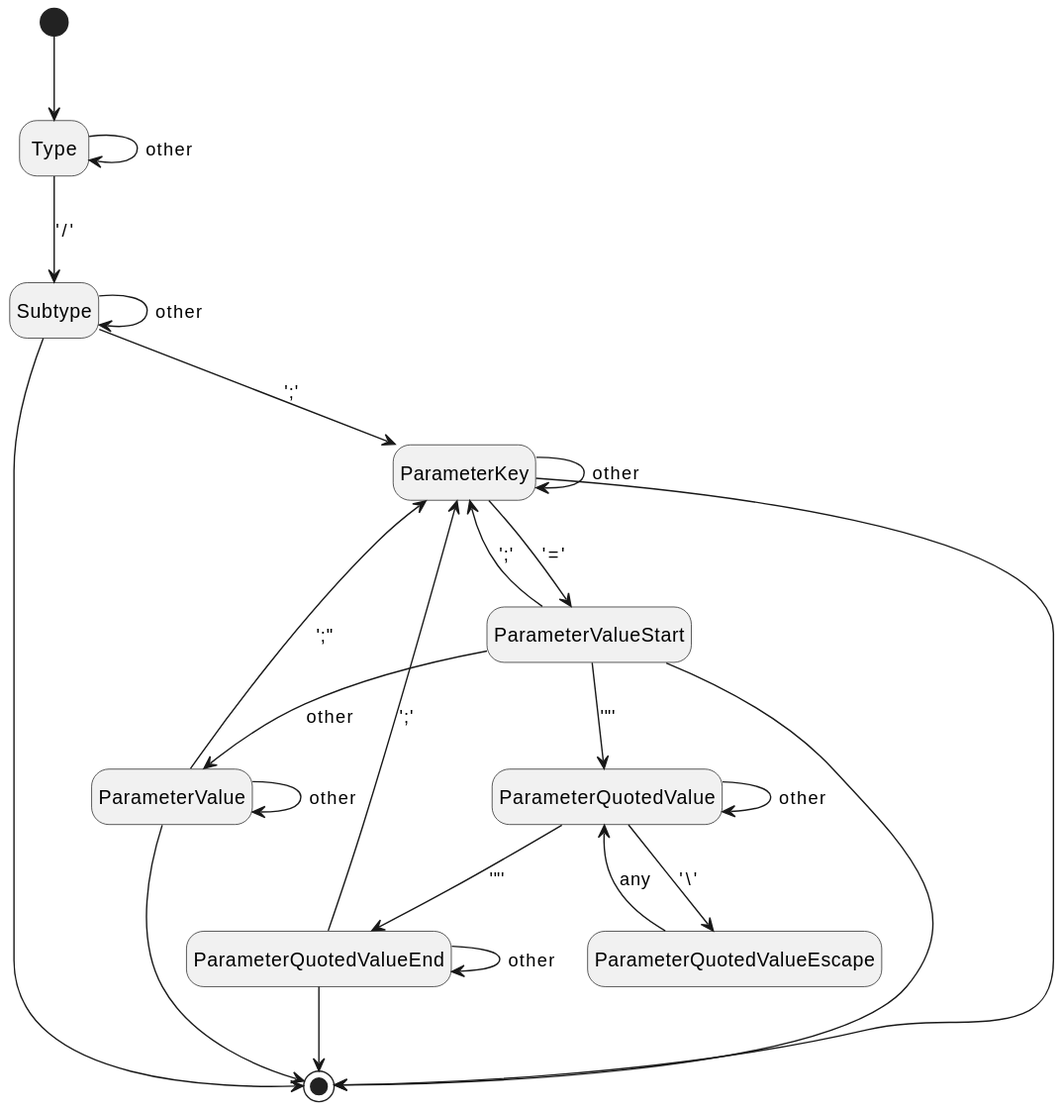
Above: libs/commons/docs/fsa/MimeType.svg in Maksim2498/poms (PlantUML), before the change.
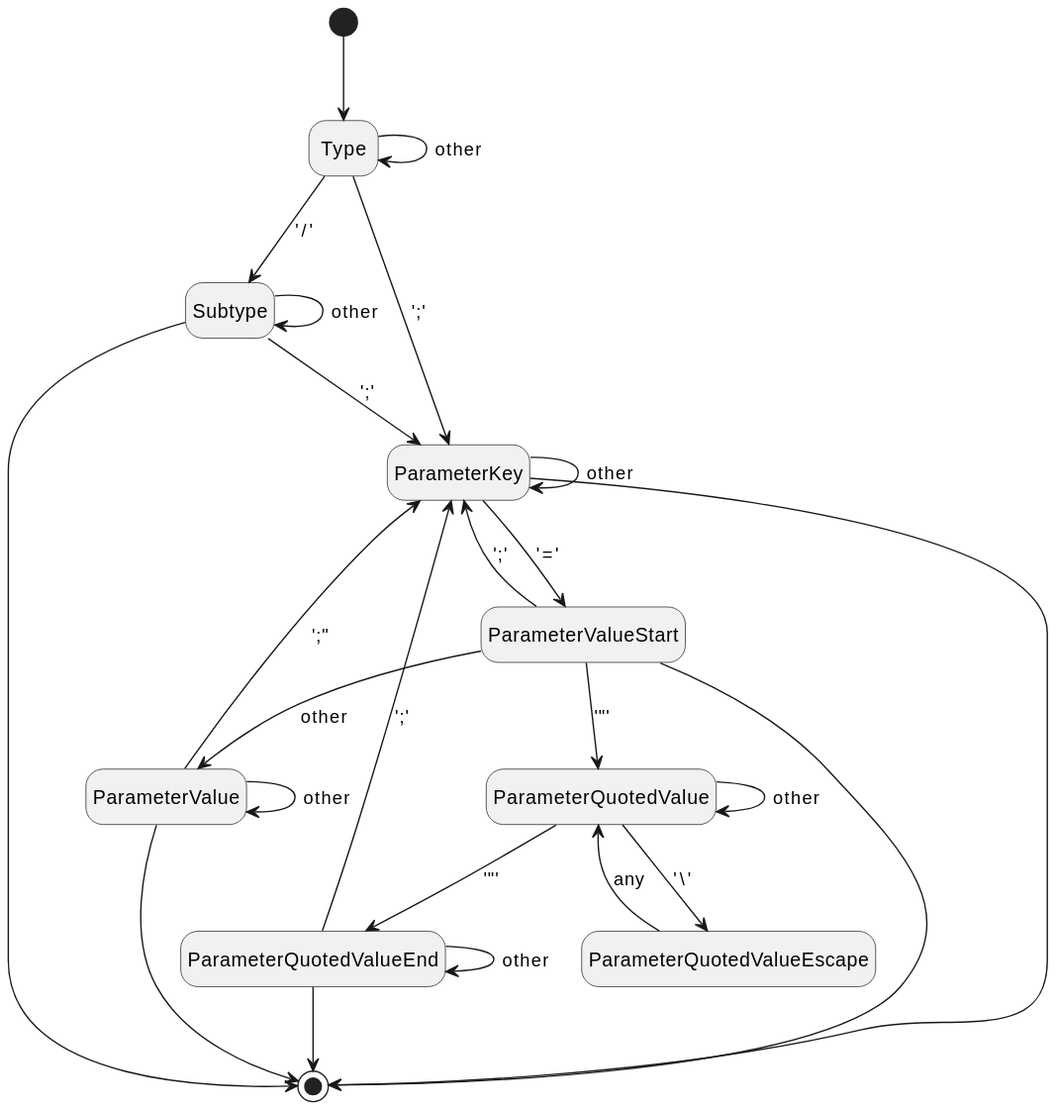
The same file after the commit.

What changed in the source:
```diff
@@ -14,6 +14,7 @@
 [*] --> Type
 
 Type --> Subtype : '/'
+Type --> ParameterKey : ';'
 Type --> Type : other
 
 Subtype --> ParameterKey : ';'
```
